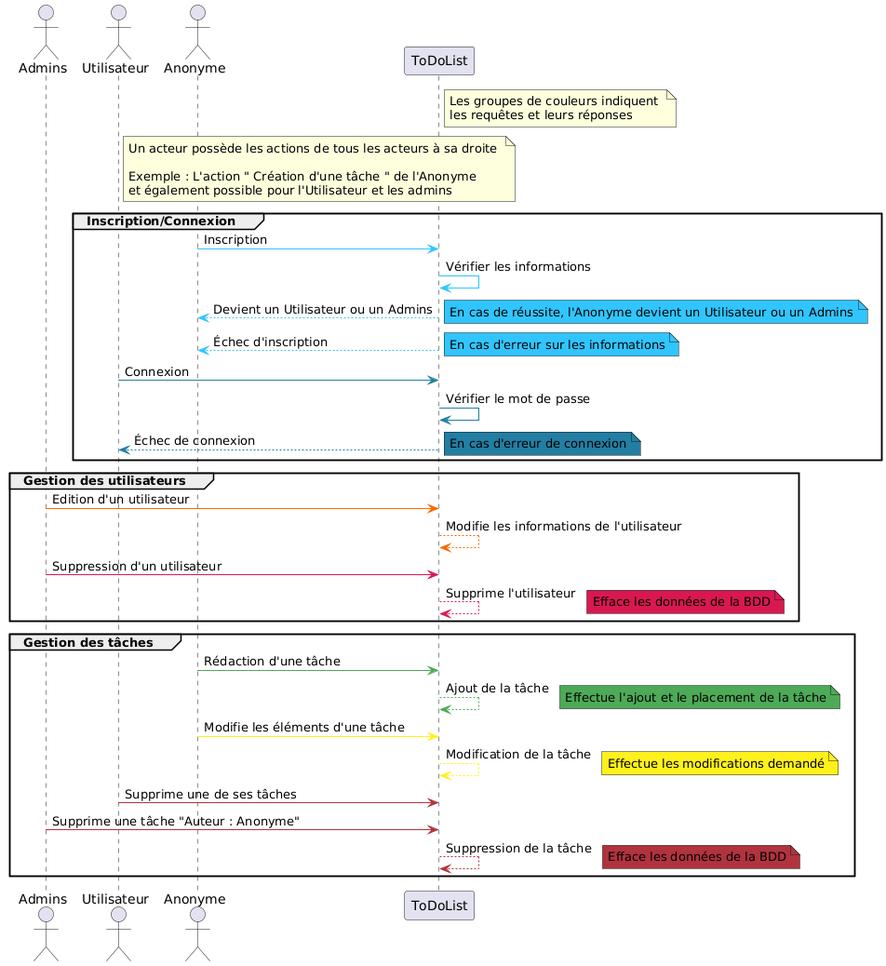
TolMen/OCP8_ToDoList keeps this PlantUML diagram as DossierProjet/UML/OCToDoList - Diagramme de séquence.png. Above is the earlier version.
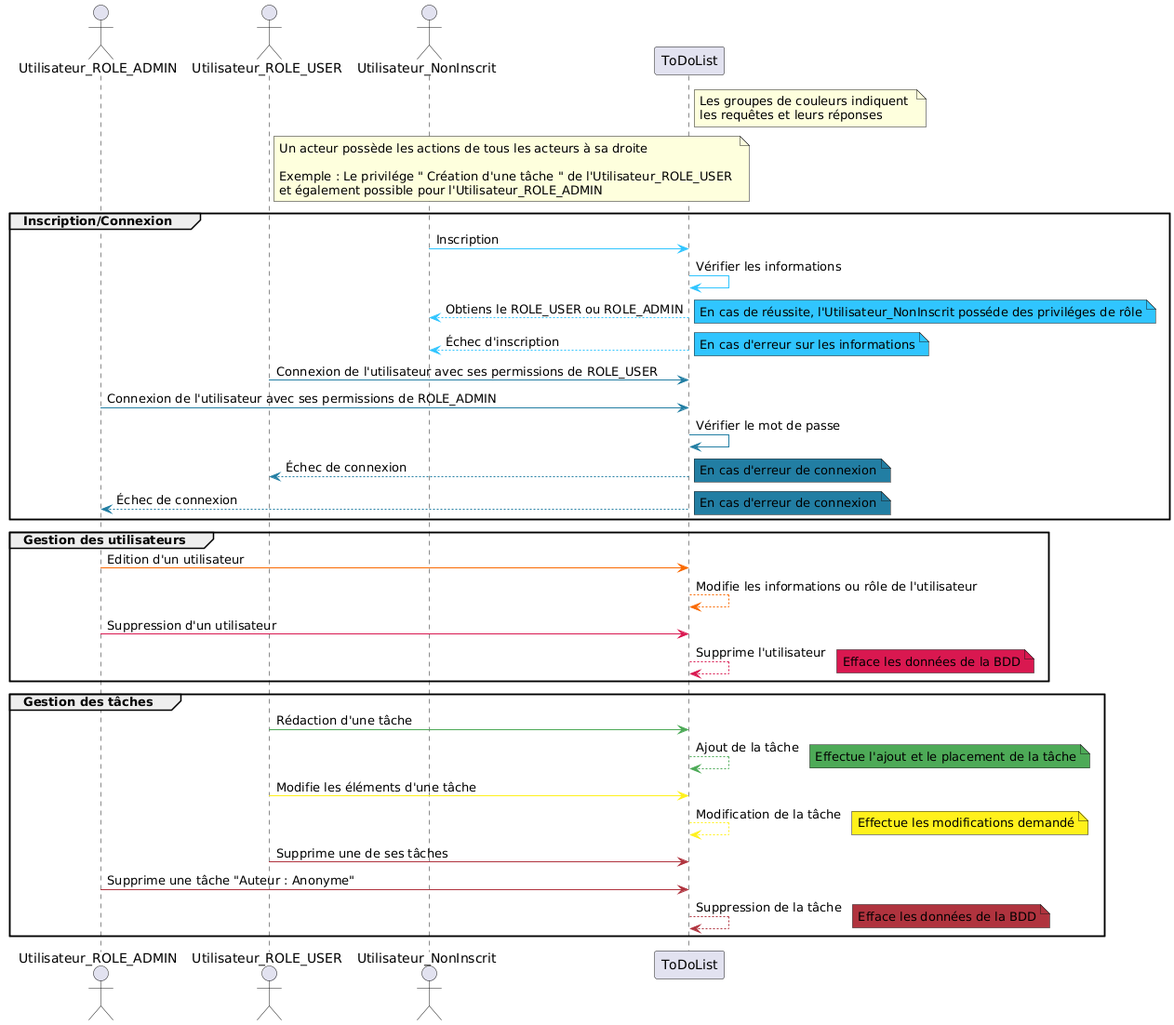
The same diagram one commit later.

Commit message:
Modification after evaluation

What changed in the source:
```diff
@@ -1,23 +1,26 @@
 @startuml
-actor Admins
-actor Utilisateur
-actor Anonyme
+actor Utilisateur_ROLE_ADMIN
+actor Utilisateur_ROLE_USER
+actor Utilisateur_NonInscrit
 
 note right ToDoList: Les groupes de couleurs indiquent \nles requêtes et leurs réponses
-note right Utilisateur: Un acteur possède les actions de tous les acteurs à sa droite \n\nExemple : L'action " Création d'une tâche " de l'Anonyme \net également possible pour l'Utilisateur et les admins
+note right Utilisateur_ROLE_USER : Un acteur possède les actions de tous les acteurs à sa droite \n\nExemple : Le privilége " Création d'une tâche " de l'Utilisateur_ROLE_USER \net également possible pour l'Utilisateur_ROLE_ADMIN
 
 group Inscription/Connexion
 
-Anonyme -[#30C5FF]> ToDoList : Inscription
+Utilisateur_NonInscrit -[#30C5FF]> ToDoList : Inscription
 ToDoList -[#30C5FF]> ToDoList : Vérifier les informations
-ToDoList --[#30C5FF]> Anonyme : Devient un Utilisateur ou un Admins
-note right #30C5FF: En cas de réussite, l'Anonyme devient un Utilisateur ou un Admins
-ToDoList --[#30C5FF]> Anonyme : Échec d'inscription
+ToDoList --[#30C5FF]> Utilisateur_NonInscrit : Obtiens le ROLE_USER ou ROLE_ADMIN
+note right #30C5FF: En cas de réussite, l'Utilisateur_NonInscrit posséde des priviléges de rôle
+ToDoList --[#30C5FF]> Utilisateur_NonInscrit : Échec d'inscription
 note right #30C5FF: En cas d'erreur sur les informations
 
-Utilisateur -[#227EA3]> ToDoList : Connexion
+Utilisateur_ROLE_USER -[#227EA3]> ToDoList : Connexion de l'utilisateur avec ses permissions de ROLE_USER
+Utilisateur_ROLE_ADMIN -[#227EA3]> ToDoList : Connexion de l'utilisateur avec ses permissions de ROLE_ADMIN
 ToDoList -[#227EA3]> ToDoList : Vérifier le mot de passe
-ToDoList --[#227EA3]> Utilisateur : Échec de connexion
+ToDoList --[#227EA3]> Utilisateur_ROLE_USER : Échec de connexion
+note right #227EA3: En cas d'erreur de connexion
+ToDoList --[#227EA3]> Utilisateur_ROLE_ADMIN : Échec de connexion
 note right #227EA3: En cas d'erreur de connexion
 
 end
@@ -25,10 +28,10 @@
 
 group Gestion des utilisateurs
 
-Admins -[#F96900]> ToDoList : Edition d'un utilisateur
-ToDoList --[#F96900]> ToDoList : Modifie les informations de l'utilisateur
+Utilisateur_ROLE_ADMIN -[#F96900]> ToDoList : Edition d'un utilisateur
+ToDoList --[#F96900]> ToDoList : Modifie les informations ou rôle de l'utilisateur
 
-Admins -[#D91850]> ToDoList : Suppression d'un utilisateur
+Utilisateur_ROLE_ADMIN -[#D91850]> ToDoList : Suppression d'un utilisateur
 ToDoList --[#D91850]> ToDoList : Supprime l'utilisateur
 note right #D91850: Efface les données de la BDD
 
@@ -37,16 +40,16 @@
 
 group Gestion des tâches
 
-Anonyme -[#4DAA57]> ToDoList : Rédaction d'une tâche
+Utilisateur_ROLE_USER -[#4DAA57]> ToDoList : Rédaction d'une tâche
 ToDoList --[#4DAA57]> ToDoList : Ajout de la tâche
 note right #4DAA57: Effectue l'ajout et le placement de la tâche
 
-Anonyme -[#FFF11C]> ToDoList : Modifie les éléments d'une tâche
+Utilisateur_ROLE_USER -[#FFF11C]> ToDoList : Modifie les éléments d'une tâche
 ToDoList --[#FFF11C]> ToDoList : Modification de la tâche
 note right #FFF11C: Effectue les modifications demandé
 
-Utilisateur -[#B0333E]> ToDoList : Supprime une de ses tâches
-Admins -[#B0333E]> ToDoList : Supprime une tâche "Auteur : Anonyme"
+Utilisateur_ROLE_USER -[#B0333E]> ToDoList : Supprime une de ses tâches
+Utilisateur_ROLE_ADMIN -[#B0333E]> ToDoList : Supprime une tâche "Auteur : Anonyme"
 ToDoList --[#B0333E]> ToDoList : Suppression de la tâche
 note right #B0333E: Efface les données de la BDD
 
```
